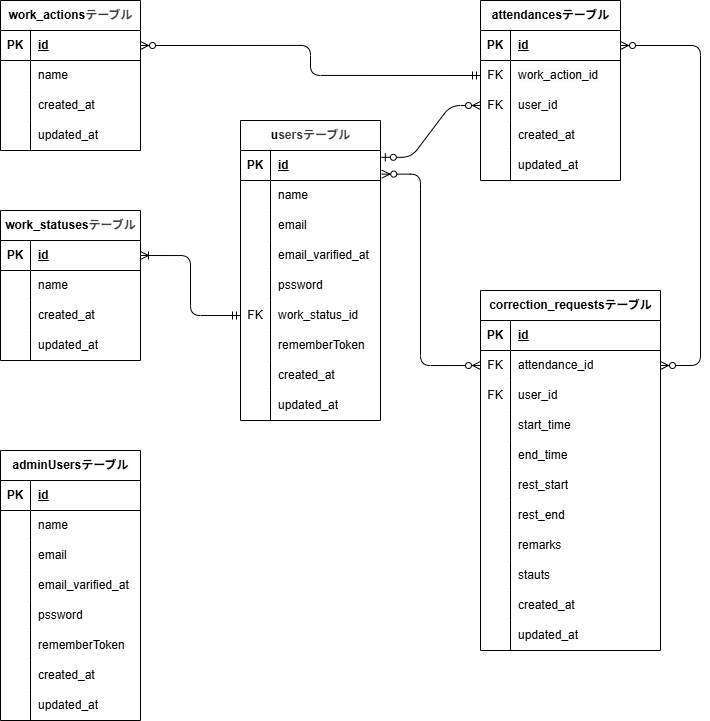
Earlier version of the draw.io export er.drawio.png (yutaka58/Attendance-management). Source tidied: cells renumbered, new cells last; positions are measured from the earlier drawing's top-left corner, leaving out a move shared by most shapes.
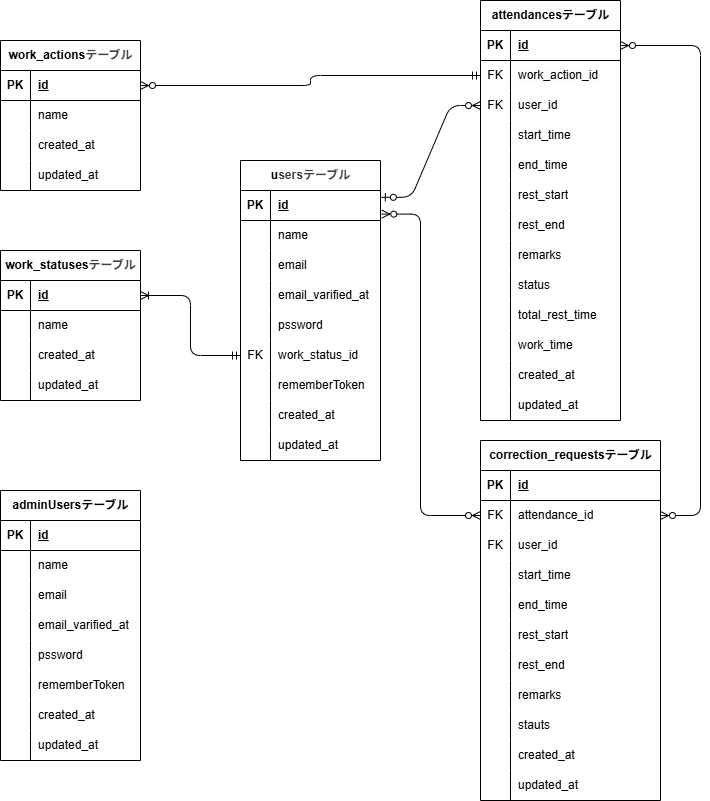
Later version of the same file.

Diff of the diagram source:
```diff
@@ -156,7 +156,7 @@
       <mxGeometry x="30" width="110" height="30" as="geometry" />
     </mxCell>
     <mxCell id="53" value="attendancesテーブル" style="shape=table;startSize=30;rowLines=0;fontStyle=1;align=center;html=1;" parent="1" vertex="1">
-      <mxGeometry x="480" width="140" height="180" as="geometry" />
+      <mxGeometry x="480" y="-40" width="140" height="420" as="geometry" />
     </mxCell>
     <mxCell id="54" style="shape=tableRow;horizontal=0;startSize=0;swimlaneHead=0;swimlaneBody=0;fillColor=none;points=[[0,0.5],[1,0.5]];portConstraint=eastwest;top=0;left=0;right=0;bottom=1;" parent="53" vertex="1">
       <mxGeometry y="30" width="140" height="30" as="geometry" />
@@ -185,8 +185,80 @@
     <mxCell id="62" value="user_id" style="shape=partialRectangle;fillColor=none;top=0;left=0;bottom=0;right=0;align=left;spacingLeft=6;overflow=hidden;whiteSpace=wrap;html=1;" parent="60" vertex="1">
       <mxGeometry x="30" width="110" height="30" as="geometry" />
     </mxCell>
+    <mxCell id="137" style="shape=tableRow;horizontal=0;startSize=0;swimlaneHead=0;swimlaneBody=0;fillColor=none;top=0;left=0;right=0;bottom=0;" parent="53" vertex="1">
+      <mxGeometry y="120" width="140" height="30" as="geometry" />
+    </mxCell>
+    <mxCell id="138" style="shape=partialRectangle;fillColor=none;top=0;left=0;bottom=0;right=0;overflow=hidden;whiteSpace=wrap;html=1;" parent="137" vertex="1">
+      <mxGeometry width="30" height="30" as="geometry" />
+    </mxCell>
+    <mxCell id="139" value="start_time" style="shape=partialRectangle;fillColor=none;top=0;left=0;bottom=0;right=0;align=left;spacingLeft=6;overflow=hidden;whiteSpace=wrap;html=1;" parent="137" vertex="1">
+      <mxGeometry x="30" width="110" height="30" as="geometry" />
+    </mxCell>
+    <mxCell id="140" style="shape=tableRow;horizontal=0;startSize=0;swimlaneHead=0;swimlaneBody=0;fillColor=none;top=0;left=0;right=0;bottom=0;" parent="53" vertex="1">
+      <mxGeometry y="150" width="140" height="30" as="geometry" />
+    </mxCell>
+    <mxCell id="141" style="shape=partialRectangle;fillColor=none;top=0;left=0;bottom=0;right=0;overflow=hidden;whiteSpace=wrap;html=1;" parent="140" vertex="1">
+      <mxGeometry width="30" height="30" as="geometry" />
+    </mxCell>
+    <mxCell id="142" value="end_time" style="shape=partialRectangle;fillColor=none;top=0;left=0;bottom=0;right=0;align=left;spacingLeft=6;overflow=hidden;whiteSpace=wrap;html=1;" parent="140" vertex="1">
+      <mxGeometry x="30" width="110" height="30" as="geometry" />
+    </mxCell>
+    <mxCell id="143" style="shape=tableRow;horizontal=0;startSize=0;swimlaneHead=0;swimlaneBody=0;fillColor=none;top=0;left=0;right=0;bottom=0;" parent="53" vertex="1">
+      <mxGeometry y="180" width="140" height="30" as="geometry" />
+    </mxCell>
+    <mxCell id="144" style="shape=partialRectangle;fillColor=none;top=0;left=0;bottom=0;right=0;overflow=hidden;whiteSpace=wrap;html=1;" parent="143" vertex="1">
+      <mxGeometry width="30" height="30" as="geometry" />
+    </mxCell>
+    <mxCell id="145" value="rest_start" style="shape=partialRectangle;fillColor=none;top=0;left=0;bottom=0;right=0;align=left;spacingLeft=6;overflow=hidden;whiteSpace=wrap;html=1;" parent="143" vertex="1">
+      <mxGeometry x="30" width="110" height="30" as="geometry" />
+    </mxCell>
+    <mxCell id="146" style="shape=tableRow;horizontal=0;startSize=0;swimlaneHead=0;swimlaneBody=0;fillColor=none;top=0;left=0;right=0;bottom=0;" parent="53" vertex="1">
+      <mxGeometry y="210" width="140" height="30" as="geometry" />
+    </mxCell>
+    <mxCell id="147" style="shape=partialRectangle;fillColor=none;top=0;left=0;bottom=0;right=0;overflow=hidden;whiteSpace=wrap;html=1;" parent="146" vertex="1">
+      <mxGeometry width="30" height="30" as="geometry" />
+    </mxCell>
+    <mxCell id="148" value="rest_end" style="shape=partialRectangle;fillColor=none;top=0;left=0;bottom=0;right=0;align=left;spacingLeft=6;overflow=hidden;whiteSpace=wrap;html=1;" parent="146" vertex="1">
+      <mxGeometry x="30" width="110" height="30" as="geometry" />
+    </mxCell>
+    <mxCell id="149" style="shape=tableRow;horizontal=0;startSize=0;swimlaneHead=0;swimlaneBody=0;fillColor=none;top=0;left=0;right=0;bottom=0;" parent="53" vertex="1">
+      <mxGeometry y="240" width="140" height="30" as="geometry" />
+    </mxCell>
+    <mxCell id="150" style="shape=partialRectangle;fillColor=none;top=0;left=0;bottom=0;right=0;overflow=hidden;whiteSpace=wrap;html=1;" parent="149" vertex="1">
+      <mxGeometry width="30" height="30" as="geometry" />
+    </mxCell>
+    <mxCell id="151" value="remarks" style="shape=partialRectangle;fillColor=none;top=0;left=0;bottom=0;right=0;align=left;spacingLeft=6;overflow=hidden;whiteSpace=wrap;html=1;" parent="149" vertex="1">
+      <mxGeometry x="30" width="110" height="30" as="geometry" />
+    </mxCell>
+    <mxCell id="152" style="shape=tableRow;horizontal=0;startSize=0;swimlaneHead=0;swimlaneBody=0;fillColor=none;top=0;left=0;right=0;bottom=0;" parent="53" vertex="1">
+      <mxGeometry y="270" width="140" height="30" as="geometry" />
+    </mxCell>
+    <mxCell id="153" style="shape=partialRectangle;fillColor=none;top=0;left=0;bottom=0;right=0;overflow=hidden;whiteSpace=wrap;html=1;" parent="152" vertex="1">
+      <mxGeometry width="30" height="30" as="geometry" />
+    </mxCell>
+    <mxCell id="154" value="status" style="shape=partialRectangle;fillColor=none;top=0;left=0;bottom=0;right=0;align=left;spacingLeft=6;overflow=hidden;whiteSpace=wrap;html=1;" parent="152" vertex="1">
+      <mxGeometry x="30" width="110" height="30" as="geometry" />
+    </mxCell>
+    <mxCell id="155" style="shape=tableRow;horizontal=0;startSize=0;swimlaneHead=0;swimlaneBody=0;fillColor=none;top=0;left=0;right=0;bottom=0;" parent="53" vertex="1">
+      <mxGeometry y="300" width="140" height="30" as="geometry" />
+    </mxCell>
+    <mxCell id="156" style="shape=partialRectangle;fillColor=none;top=0;left=0;bottom=0;right=0;overflow=hidden;whiteSpace=wrap;html=1;" parent="155" vertex="1">
+      <mxGeometry width="30" height="30" as="geometry" />
+    </mxCell>
+    <mxCell id="157" value="total_rest_time" style="shape=partialRectangle;fillColor=none;top=0;left=0;bottom=0;right=0;align=left;spacingLeft=6;overflow=hidden;whiteSpace=wrap;html=1;" parent="155" vertex="1">
+      <mxGeometry x="30" width="110" height="30" as="geometry" />
+    </mxCell>
+    <mxCell id="158" style="shape=tableRow;horizontal=0;startSize=0;swimlaneHead=0;swimlaneBody=0;fillColor=none;top=0;left=0;right=0;bottom=0;" parent="53" vertex="1">
+      <mxGeometry y="330" width="140" height="30" as="geometry" />
+    </mxCell>
+    <mxCell id="159" style="shape=partialRectangle;fillColor=none;top=0;left=0;bottom=0;right=0;overflow=hidden;whiteSpace=wrap;html=1;" parent="158" vertex="1">
+      <mxGeometry width="30" height="30" as="geometry" />
+    </mxCell>
+    <mxCell id="160" value="work_time" style="shape=partialRectangle;fillColor=none;top=0;left=0;bottom=0;right=0;align=left;spacingLeft=6;overflow=hidden;whiteSpace=wrap;html=1;" parent="158" vertex="1">
+      <mxGeometry x="30" width="110" height="30" as="geometry" />
+    </mxCell>
     <mxCell id="63" style="shape=tableRow;horizontal=0;startSize=0;swimlaneHead=0;swimlaneBody=0;fillColor=none;top=0;left=0;right=0;bottom=0;" parent="53" vertex="1">
-      <mxGeometry y="120" width="140" height="30" as="geometry" />
+      <mxGeometry y="360" width="140" height="30" as="geometry" />
     </mxCell>
     <mxCell id="64" style="shape=partialRectangle;fillColor=none;top=0;left=0;bottom=0;right=0;overflow=hidden;whiteSpace=wrap;html=1;" parent="63" vertex="1">
       <mxGeometry width="30" height="30" as="geometry" />
@@ -195,7 +267,7 @@
       <mxGeometry x="30" width="110" height="30" as="geometry" />
     </mxCell>
     <mxCell id="66" style="shape=tableRow;horizontal=0;startSize=0;swimlaneHead=0;swimlaneBody=0;fillColor=none;top=0;left=0;right=0;bottom=0;" parent="53" vertex="1">
-      <mxGeometry y="150" width="140" height="30" as="geometry" />
+      <mxGeometry y="390" width="140" height="30" as="geometry" />
     </mxCell>
     <mxCell id="67" style="shape=partialRectangle;fillColor=none;top=0;left=0;bottom=0;right=0;overflow=hidden;whiteSpace=wrap;html=1;" parent="66" vertex="1">
       <mxGeometry width="30" height="30" as="geometry" />
@@ -204,7 +276,7 @@
       <mxGeometry x="30" width="110" height="30" as="geometry" />
     </mxCell>
     <mxCell id="69" value="correction_requestsテーブル" style="shape=table;startSize=30;rowLines=0;fontStyle=1;align=center;html=1;" parent="1" vertex="1">
-      <mxGeometry x="480" y="290" width="180" height="360" as="geometry" />
+      <mxGeometry x="480" y="400" width="180" height="360" as="geometry" />
     </mxCell>
     <mxCell id="70" style="shape=tableRow;horizontal=0;startSize=0;swimlaneHead=0;swimlaneBody=0;fillColor=none;top=0;left=0;right=0;bottom=1;" parent="69" vertex="1">
       <mxGeometry y="30" width="180" height="30" as="geometry" />
@@ -392,14 +464,6 @@
     <mxCell id="131" style="fontSize=12;html=1;endArrow=ERoneToMany;startArrow=ERmandOne;entryX=1;entryY=0.5;entryDx=0;entryDy=0;exitX=0;exitY=0.5;exitDx=0;exitDy=0;edgeStyle=orthogonalEdgeStyle;" parent="1" edge="1" source="119" target="28">
       <mxGeometry relative="1" as="geometry" />
     </mxCell>
-    <mxCell id="132" style="fontSize=12;html=1;endArrow=ERzeroToMany;endFill=1;startArrow=ERzeroToMany;entryX=0;entryY=0.5;entryDx=0;entryDy=0;exitX=1;exitY=0.5;exitDx=0;exitDy=0;edgeStyle=orthogonalEdgeStyle;" parent="1" edge="1" source="x" target="73">
-      <mxGeometry relative="1" as="geometry">
-        <Array as="points">
-          <mxPoint x="430" y="575" />
-          <mxPoint x="430" y="365" />
-        </Array>
-      </mxGeometry>
-    </mxCell>
     <mxCell id="133" style="edgeStyle=elbowEdgeStyle;fontSize=12;html=1;endArrow=ERzeroToMany;endFill=1;startArrow=ERzeroToMany;exitX=1;exitY=0.5;exitDx=0;exitDy=0;entryX=1;entryY=0.5;entryDx=0;entryDy=0;elbow=vertical;" parent="1" edge="1" source="54" target="73">
       <mxGeometry relative="1" as="geometry">
         <Array as="points">
@@ -417,7 +481,7 @@
       <mxGeometry relative="1" as="geometry">
         <Array as="points">
           <mxPoint x="420" y="174" />
-          <mxPoint x="420" y="365" />
+          <mxPoint x="420" y="475" />
         </Array>
       </mxGeometry>
     </mxCell>
```
